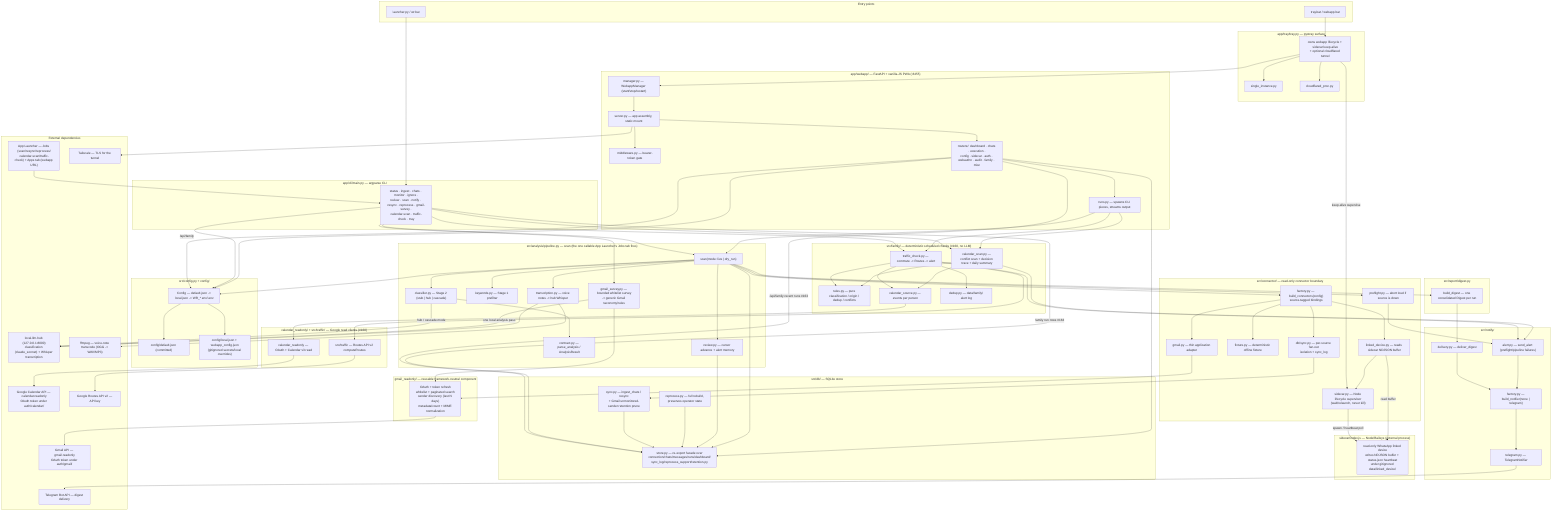
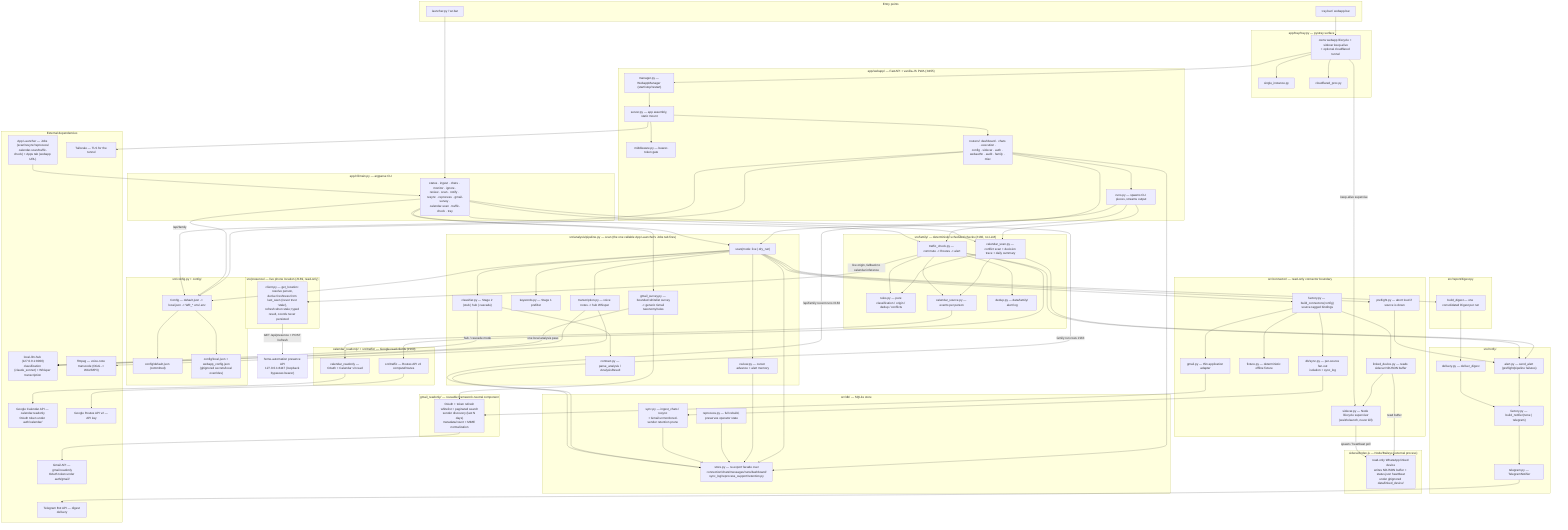
%% docs/architecture.mmd — whatsapp-radar's own internal structure.
%% Hand-authored, not generated (unlike fleet-config's mechanically-aggregated
%% fleet-wide `/system-map`) — this repo's own internal shape is semantic and
%% can't be crawled the same way. Update this diagram in the same PR as any
%% material structural change (a connector added, a pipeline stage moved, a
%% router split) — same anti-staleness contract as this repo's `.fleet.toml`
%% `description` field. See fleet-config's `CLAUDE.md` ("Every repo carries a
%% `.fleet.toml`") for the general convention (ferraroroberto/fleet-config#256).

flowchart TB
  subgraph entry["Entry points"]
    LAUNCHER["launcher.py / wr.bat"]
    TRAYBAT["tray.bat / webapp.bat"]
  end

  subgraph cli["app/cli/main.py — argparse CLI"]
    CLICMDS["status · ingest · chats · monitor · ignore ·\nreview · scan · notify · resync · reprocess · gmail-survey ·\ncalendar-scan · traffic-check · tray"]
  end
  LAUNCHER --> CLICMDS

  subgraph tray["app/tray/tray.py — pystray surface"]
    TRAYPY["owns webapp lifecycle + sidecar keep-alive\n+ optional cloudflared tunnel"]
    SINGLEINST["single_instance.py"]
    CLOUDFLARED["cloudflared_proc.py"]
  end
  TRAYBAT --> TRAYPY
  TRAYPY --> SINGLEINST
  TRAYPY --> CLOUDFLARED

  subgraph webapp["app/webapp/ — FastAPI + vanilla-JS PWA (:8455)"]
    SERVER["server.py — app assembly, static mount"]
    MANAGER["manager.py — WebappManager (start/stop/restart)"]
    MIDDLEWARE["middleware.py — bearer-token gate"]
    RUNS["runs.py — spawns CLI pieces, streams output"]
    ROUTERS["routers/: dashboard · chats · execution ·\nconfig · sidecar · auth · webauthn · audit · family · misc"]
  end
  TRAYPY --> MANAGER
  MANAGER --> SERVER
  SERVER --> MIDDLEWARE
  SERVER --> ROUTERS
  ROUTERS --> RUNS

  subgraph pipeline["src/analysis/pipeline.py — scan (the one callable App Launcher's Jobs tab fires)"]
    SCAN["scan(mode: live | dry_run)"]
    TRANSCRIBE["transcription.py — voice notes -> hub Whisper"]
    KEYWORDS["keywords.py — Stage 1 prefilter"]
    CLASSIFIER["classifier.py — Stage 2 (stub | hub | cascade)"]
    CONTRACT["contract.py — parse_analysis / AnalysisResult"]
    REVIEW["review.py — cursor advance + alert memory"]
    SURVEY["gmail_survey.py — bounded whitelist survey\n-> generic Gmail taxonomy/rules"]
  end
  CLICMDS --> SCAN
  RUNS --> SCAN
  SCAN --> TRANSCRIBE
  SCAN --> KEYWORDS
  SCAN --> CLASSIFIER
  CLASSIFIER --> CONTRACT
  SCAN --> REVIEW
  CLICMDS --> SURVEY

  subgraph connector["src/connector/ — read-only connector boundary"]
    CFACTORY["factory.py — build_connectors(config)\nsource-tagged bindings"]
    FANOUT["db/sync.py — per-source fan-out\nisolation + sync_log"]
    FIXTURE["fixture.py — deterministic offline fixture"]
    LINKED["linked_device.py — reads sidecar NDJSON buffer"]
    GMAIL["gmail.py — thin application adapter"]
    SIDECARPY["sidecar.py — Node lifecycle supervisor\n(wait/relaunch, never kill)"]
    PREFLIGHT["preflight.py — abort loud if source is down"]
  end
  SCAN --> CFACTORY
  CFACTORY --> FANOUT
  CFACTORY --> FIXTURE
  CFACTORY --> LINKED
  CFACTORY --> GMAIL
  SCAN --> PREFLIGHT
  TRAYPY -->|keep-alive supervise| SIDECARPY
  LINKED --> SIDECARPY

  subgraph gmailcore["gmail_readonly/ — reusable framework-neutral component"]
    GMAILCORE["OAuth + token refresh\nwhitelist + paginated search\nsender discovery (last N days)\nmetadata/count + MIME normalization"]
  end
  GMAIL --> GMAILCORE
  SURVEY --> GMAILCORE

  subgraph family["src/family/ — deterministic scheduled checks (#160, no LLM)"]
    FRULES["rules.py — pure classification / origin / dedup / conflicts"]
    FTRAFFIC["traffic_check.py — commute -> Routes -> alert"]
    FCAL["calendar_scan.py — conflict scan + decision trace + daily summary"]
    FSOURCE["calendar_source.py — events per person"]
    FDEDUP["dedup.py — data/family/ alert log"]
  end
  CLICMDS --> FTRAFFIC
  CLICMDS --> FCAL
  FTRAFFIC --> FRULES
  FCAL --> FRULES
  FTRAFFIC --> FSOURCE
  FCAL --> FSOURCE
  FTRAFFIC --> FDEDUP
  FTRAFFIC --> ALERT
  FCAL --> ALERT
  ROUTERS -->|/api/family| CONFIGPY
  ROUTERS -->|/api/family recent runs #163| STORE
  CLICMDS -->|family run rows #163| STORE
  RUNS --> FTRAFFIC
  RUNS --> FCAL

  subgraph calcore["calendar_readonly/ + src/traffic/ — Google read clients (#160)"]
    CALCLIENT["calendar_readonly — OAuth + Calendar v3 read"]
    ROUTESCLIENT["src/traffic — Routes API v2 computeRoutes"]
  end
  FSOURCE --> CALCLIENT
  FTRAFFIC --> ROUTESCLIENT

+   subgraph presence["src/presence/ — live phone location (#169, read-only)"]
+     PCLIENT["client.py — get_location: resolve person,\nderive freshness from last_seen (never trust 'stale'),\nrefresh when stale; typed result, coords never persisted"]
+   end
+   FTRAFFIC -->|live origin, fallback to calendar inference| PCLIENT
+   PCLIENT -->|GET /api/presence + POST /refresh| HOMEAUTO["home-automation presence API\n127.0.0.1:8447 (loopback bypasses bearer)"]
+ 
  subgraph sidecarnode["sidecar/index.js — Node/Baileys (external process)"]
    BAILEYS["read-only WhatsApp linked device\nwrites NDJSON buffer + status.json heartbeat\nunder gitignored data/linked_device/"]
  end
  SIDECARPY -->|spawn / heartbeat poll| BAILEYS
  LINKED -->|read buffer| BAILEYS

  subgraph db["src/db/ — SQLite store"]
    STORE["store.py — re-export facade over\nconnection/chats/messages/runs/dashboard/\nsync_log/reprocess_support/retention.py"]
    SYNC["sync.py — ingest_chats / resync\n+ Gmail unmonitored-sender retention prune"]
    REPROCESS["reprocess.py — full rebuild, preserves operator state"]
  end
  FANOUT --> SYNC
  SYNC --> STORE
  REPROCESS --> STORE
  REVIEW --> STORE
  SCAN --> STORE
  ROUTERS --> STORE

  subgraph report["src/report/digest.py"]
    DIGEST["build_digest — one consolidated Digest per run"]
  end
  SCAN --> DIGEST

  subgraph notify["src/notify/"]
    NFACTORY["factory.py — build_notifier(none | telegram)"]
    DELIVERY["delivery.py — deliver_digest"]
    ALERT["alert.py — send_alert (preflight/pipeline failures)"]
    TELEGRAM["telegram.py — TelegramNotifier"]
  end
  DIGEST --> DELIVERY
  DELIVERY --> NFACTORY
  NFACTORY --> TELEGRAM
  PREFLIGHT --> ALERT
  ALERT --> NFACTORY

  subgraph config["src/config.py + config/"]
    CONFIGPY["Config — default.json -> local.json -> WR_* env/.env"]
    DEFAULTJSON["config/default.json (committed)"]
    LOCALJSON["config/local.json + webapp_config.json\n(gitignored secrets/local overrides)"]
  end
  CLICMDS --> CONFIGPY
  SCAN --> CONFIGPY
  ROUTERS --> CONFIGPY
  CONFIGPY --> DEFAULTJSON
  CONFIGPY --> LOCALJSON

  subgraph ext["External dependencies"]
    HUB["local-llm-hub (127.0.0.1:8000)\nclassification (claude_sonnet) + Whisper transcription"]
    TELEGRAMAPI["Telegram Bot API — digest delivery"]
    APPLAUNCHER["App Launcher — Jobs (scan/resync/reprocess/\ncalendar-scan/traffic-check) + Apps tab (webapp URL)"]
    TAILSCALE["Tailscale — TLS for the tunnel"]
    FFMPEG["ffmpeg — voice-note transcode (OGG -> WAV/MP3)"]
    GMAILAPI["Gmail API — gmail.readonly\nOAuth token under auth/gmail/"]
    CALAPI["Google Calendar API — calendar.readonly\nOAuth token under auth/calendar/"]
    ROUTESAPI["Google Routes API v2 — API key"]
  end
  CLASSIFIER -->|hub / cascade mode| HUB
  SURVEY -->|one local analysis pass| HUB
  TRANSCRIBE --> HUB
  TELEGRAM --> TELEGRAMAPI
  APPLAUNCHER --> CLICMDS
  SERVER --> TAILSCALE
  TRANSCRIBE --> FFMPEG
  GMAILCORE --> GMAILAPI
  CALCLIENT --> CALAPI
  ROUTESCLIENT --> ROUTESAPI
